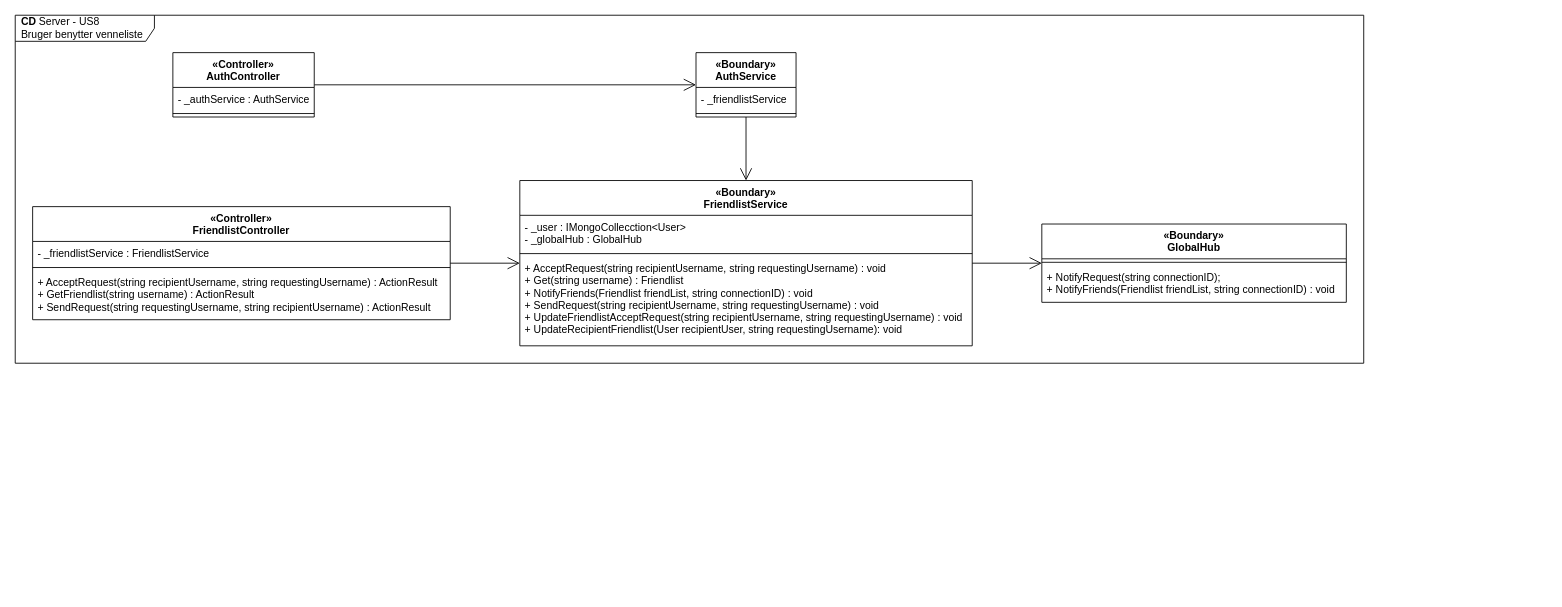
Above: page "CD-Server" (3 of 3) of diagrams/arkitektur/US8_friendslist.drawio in Macradon/I7BAC-PlugNPlay (draw.io), before the change. Source tidied: cells renumbered, new cells numbered last; positions are measured from the earlier drawing's top-left corner, leaving out a move shared by most shapes. Both pictures are drawn from the tidied source at 87%, with x=0, y=0 at pixel (15, 15).
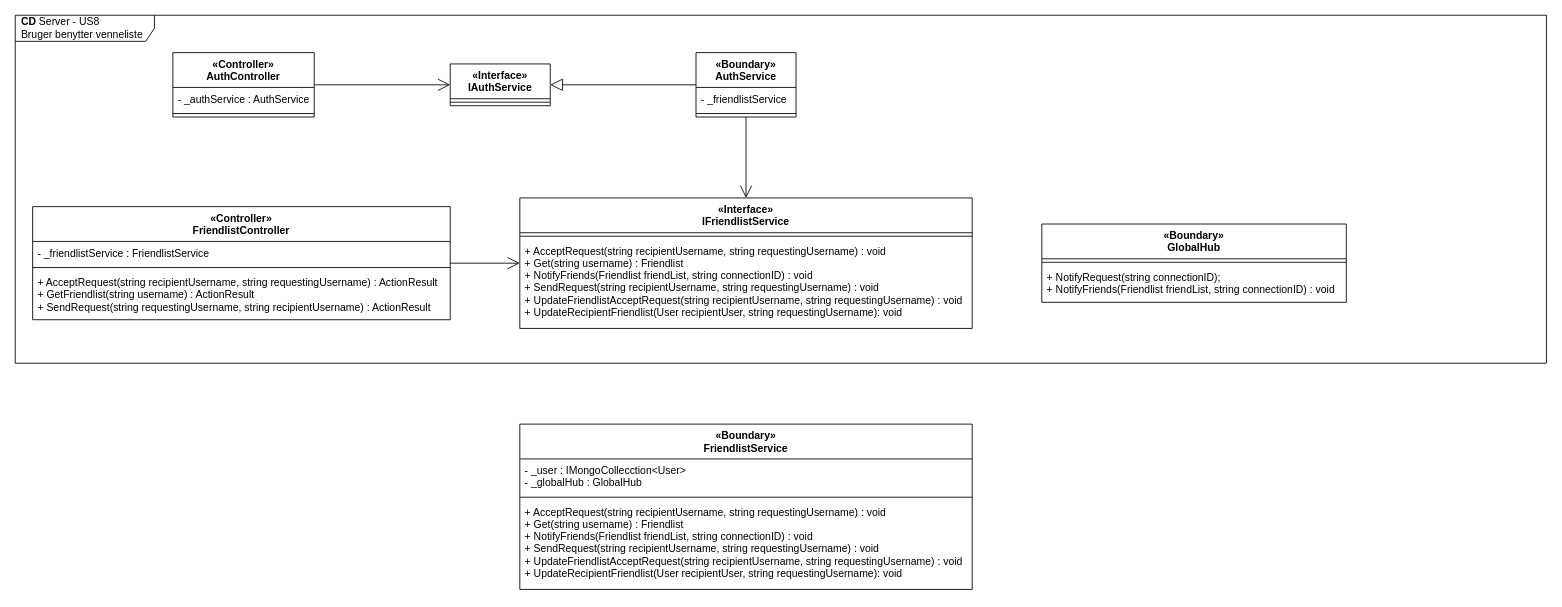
The same diagram, later.

The change refers to these unchanged cells:
```xml
<mxCell id="4" value="«Controller»&#10;AuthController" style="swimlane;fontStyle=1;align=center;verticalAlign=top;horizontal=1;startSize=40;" parent="1" vertex="1">
  <mxGeometry x="181.2" y="43" width="162.5" height="74" as="geometry" />
</mxCell>
<mxCell id="8" value="«Boundary»&#10;AuthService" style="swimlane;fontStyle=1;align=center;verticalAlign=top;horizontal=1;startSize=40;" parent="1" vertex="1">
  <mxGeometry x="782.5" y="43" width="115" height="74" as="geometry" />
</mxCell>
<mxCell id="11" value="«Boundary»&#10;GlobalHub" style="swimlane;fontStyle=1;align=center;verticalAlign=top;horizontal=1;startSize=40;" parent="1" vertex="1">
  <mxGeometry x="1180" y="240" width="350" height="90" as="geometry" />
</mxCell>
<mxCell id="15" value="«Controller»&#10;FriendlistController" style="swimlane;fontStyle=1;align=center;verticalAlign=top;horizontal=1;startSize=40;" parent="1" vertex="1">
  <mxGeometry x="20" y="220" width="480" height="130" as="geometry" />
</mxCell>
```

The edit, as a diff of the source:
```diff
@@
     <mxCell id="2" value="&lt;b style=&quot;font-size: 12px&quot;&gt;CD&lt;/b&gt;&lt;span style=&quot;font-size: 12px&quot;&gt;&amp;nbsp;Server - US8&lt;/span&gt;&lt;br style=&quot;font-size: 12px&quot;&gt;&lt;span style=&quot;font-size: 12px&quot;&gt;Bruger benytter venneliste&lt;/span&gt;" style="shape=umlFrame;whiteSpace=wrap;html=1;width=160;height=30;boundedLbl=1;verticalAlign=middle;align=left;spacingLeft=5;fontSize=10;" parent="1" vertex="1">
-      <mxGeometry width="1550" height="400" as="geometry" />
+      <mxGeometry width="1760" height="400" as="geometry" />
     </mxCell>
-    <mxCell id="3" style="edgeStyle=orthogonalEdgeStyle;rounded=0;jettySize=auto;html=1;endSize=12;endArrow=open;endFill=0;" parent="1" edge="1" source="4" target="8">
-      <mxGeometry relative="1" as="geometry" />
-    </mxCell>
+    <mxCell id="24" style="edgeStyle=orthogonalEdgeStyle;rounded=0;jettySize=auto;html=1;endArrow=open;endFill=0;endSize=12;" parent="1" edge="1" source="4" target="26">
+      <mxGeometry relative="1" as="geometry" />
+    </mxCell>
@@
-    <mxCell id="7" style="edgeStyle=orthogonalEdgeStyle;rounded=0;jettySize=auto;html=1;endArrow=open;endFill=0;endSize=12;" parent="1" edge="1" source="8" target="20">
+    <mxCell id="7" style="edgeStyle=orthogonalEdgeStyle;rounded=0;jettySize=auto;html=1;endArrow=open;endFill=0;endSize=12;" parent="1" edge="1" source="8" target="28">
       <mxGeometry relative="1" as="geometry" />
     </mxCell>
+    <mxCell id="25" style="edgeStyle=orthogonalEdgeStyle;rounded=0;jettySize=auto;html=1;endArrow=block;endFill=0;endSize=12;" parent="1" edge="1" source="8" target="26">
+      <mxGeometry relative="1" as="geometry" />
+    </mxCell>
@@
-    <mxCell id="14" style="edgeStyle=orthogonalEdgeStyle;rounded=0;jettySize=auto;html=1;endArrow=open;endFill=0;endSize=12;" parent="1" edge="1" source="15" target="20">
+    <mxCell id="14" style="edgeStyle=orthogonalEdgeStyle;rounded=0;jettySize=auto;html=1;endArrow=open;endFill=0;endSize=12;" parent="1" edge="1" source="15" target="28">
       <mxGeometry relative="1" as="geometry" />
     </mxCell>
@@
-    <mxCell id="19" style="edgeStyle=orthogonalEdgeStyle;rounded=0;jettySize=auto;html=1;endArrow=open;endFill=0;endSize=12;" parent="1" edge="1" source="20" target="11">
-      <mxGeometry relative="1" as="geometry" />
-    </mxCell>
     <mxCell id="20" value="«Boundary»&#10;FriendlistService" style="swimlane;fontStyle=1;align=center;verticalAlign=top;horizontal=1;startSize=40;" parent="1" vertex="1">
-      <mxGeometry x="580" y="190" width="520" height="190" as="geometry" />
+      <mxGeometry x="580" y="470" width="520" height="190" as="geometry" />
     </mxCell>
@@
+    <mxCell id="26" value="«Interface»&#10;IAuthService" style="swimlane;fontStyle=1;align=center;verticalAlign=top;horizontal=1;startSize=40;" parent="1" vertex="1">
+      <mxGeometry x="500" y="56" width="115" height="48" as="geometry" />
+    </mxCell>
+    <mxCell id="27" style="line;strokeWidth=1;fillColor=none;align=left;verticalAlign=middle;spacingTop=-1;spacingLeft=3;spacingRight=3;labelPosition=right;" parent="26" vertex="1">
+      <mxGeometry y="40" width="115" height="8" as="geometry" />
+    </mxCell>
+    <mxCell id="28" value="«Interface»&#10;IFriendlistService" style="swimlane;fontStyle=1;align=center;verticalAlign=top;horizontal=1;startSize=40;" parent="1" vertex="1">
+      <mxGeometry x="580" y="210" width="520" height="150" as="geometry" />
+    </mxCell>
+    <mxCell id="29" style="line;strokeWidth=1;fillColor=none;align=left;verticalAlign=middle;spacingTop=-1;spacingLeft=3;spacingRight=3;labelPosition=right;" parent="28" vertex="1">
+      <mxGeometry y="40" width="520" height="8" as="geometry" />
+    </mxCell>
+    <mxCell id="30" value="+ AcceptRequest(string recipientUsername, string requestingUsername) : void&#10;+ Get(string username) : Friendlist&#10;+ NotifyFriends(Friendlist friendList, string connectionID) : void&#10;+ SendRequest(string recipientUsername, string requestingUsername) : void&#10;+ UpdateFriendlistAcceptRequest(string recipientUsername, string requestingUsername) : void&#10;+ UpdateRecipientFriendlist(User recipientUser, string requestingUsername): void" style="text;strokeColor=none;fillColor=none;align=left;verticalAlign=top;spacingLeft=4;spacingRight=4;overflow=hidden;" parent="28" vertex="1">
+      <mxGeometry y="48" width="520" height="102" as="geometry" />
+    </mxCell>
```
